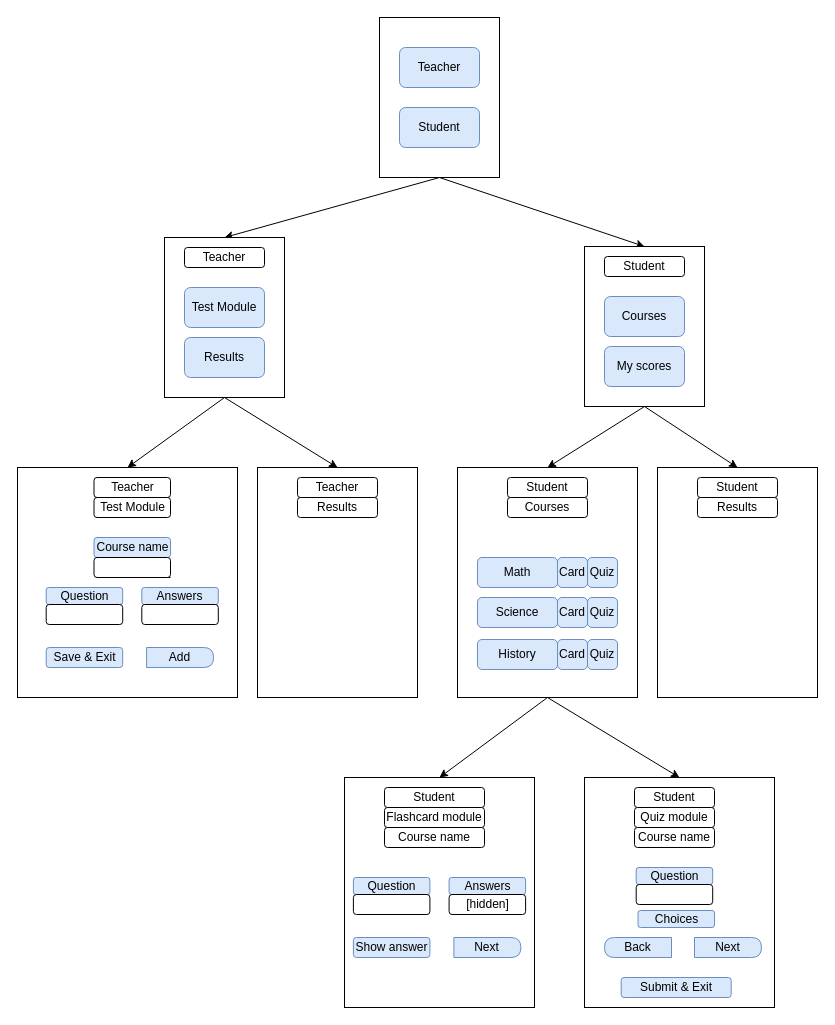
Earlier version of the draw.io diagram Diagram.drawio (Yousef-Emadi/ZOE-Website). Source tidied: cells renumbered, new cells numbered last; positions are measured from the earlier drawing's top-left corner, leaving out a move shared by most shapes. Both pictures are drawn from the tidied source at 100%, with x=0, y=0 at pixel (17, 17).
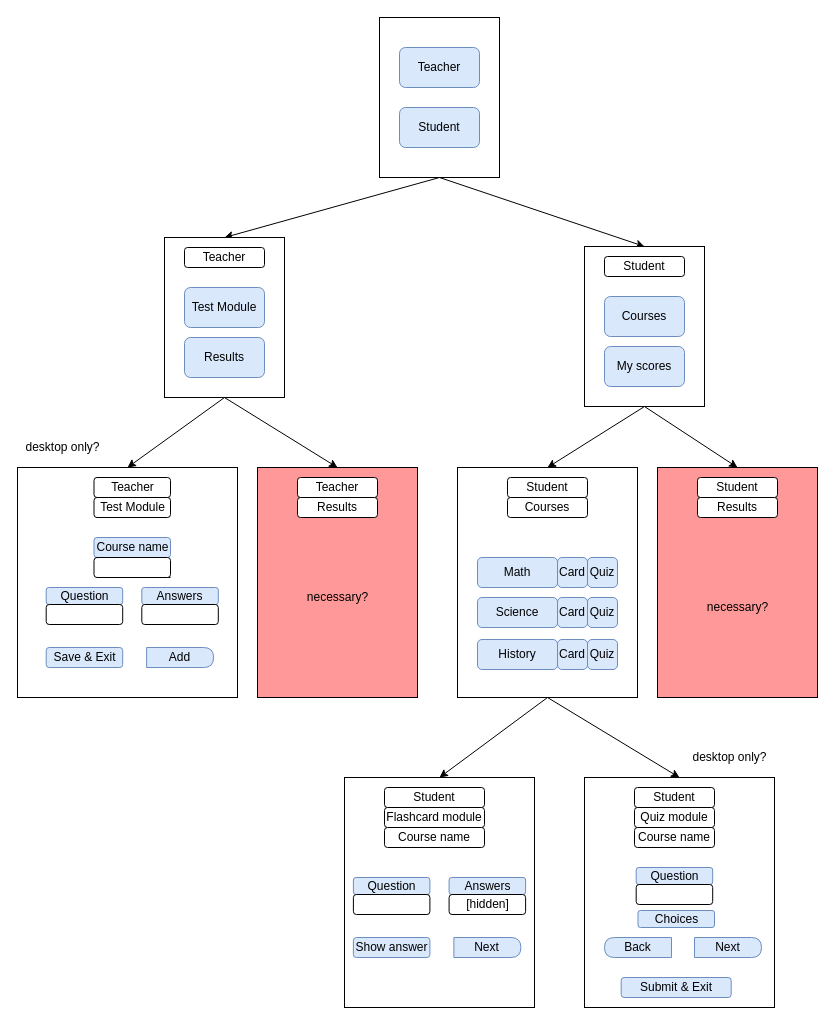
Above is the later version.

Change to the diagram source:
```diff
@@
-    <mxCell id="22" style="group;" parent="1" vertex="1">
+    <mxCell id="22" style="group;fillColor=#FF6666;" parent="1" vertex="1">
       <mxGeometry x="240" y="450" width="160" height="230" as="geometry" />
     </mxCell>
-    <mxCell id="23" style="rounded=0;whiteSpace=wrap;html=1;" parent="22" vertex="1">
+    <mxCell id="23" style="rounded=0;whiteSpace=wrap;html=1;fillColor=#FF9999;" parent="22" vertex="1">
       <mxGeometry width="160" height="230" as="geometry" />
     </mxCell>
@@
+    <mxCell id="78" value="necessary?" style="text;html=1;align=center;verticalAlign=middle;" parent="22" vertex="1">
+      <mxGeometry x="40" y="120" width="80" height="20" as="geometry" />
+    </mxCell>
@@
-    <mxCell id="31" style="group;" parent="1" vertex="1">
+    <mxCell id="31" style="group;fillColor=#FF9999;" parent="1" vertex="1">
       <mxGeometry x="640" y="450" width="160" height="230" as="geometry" />
     </mxCell>
-    <mxCell id="32" style="rounded=0;whiteSpace=wrap;html=1;" parent="31" vertex="1">
+    <mxCell id="32" style="rounded=0;whiteSpace=wrap;html=1;fillColor=#FF9999;" parent="31" vertex="1">
       <mxGeometry width="160" height="230" as="geometry" />
     </mxCell>
@@
+    <mxCell id="79" value="necessary?" style="text;html=1;align=center;verticalAlign=middle;" parent="31" vertex="1">
+      <mxGeometry x="40" y="130" width="80" height="20" as="geometry" />
+    </mxCell>
@@
+    <mxCell id="80" value="desktop only?" style="text;html=1;align=center;verticalAlign=middle;" parent="1" vertex="1">
+      <mxGeometry y="420" width="90" height="20" as="geometry" />
+    </mxCell>
@@
+    <mxCell id="81" value="desktop only?" style="text;html=1;align=center;verticalAlign=middle;" parent="1" vertex="1">
+      <mxGeometry x="667" y="730" width="90" height="20" as="geometry" />
+    </mxCell>
```
